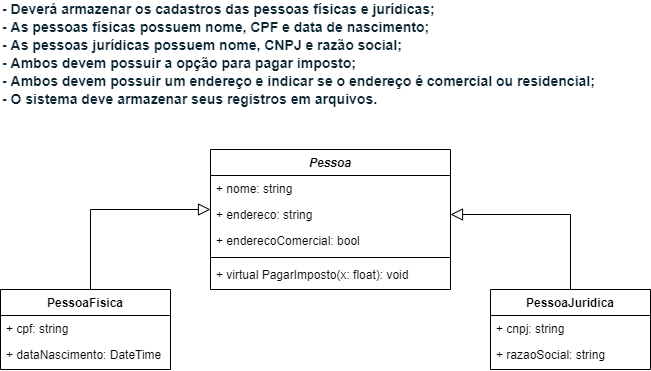
v5mvidal/senai keeps this draw.io diagram as uc12/sa2/Diagrama de classes.drawio.png. Above is the earlier version. Source tidied: cells renumbered, new cells last; positions are measured from the earlier drawing's top-left corner, leaving out a move shared by most shapes.
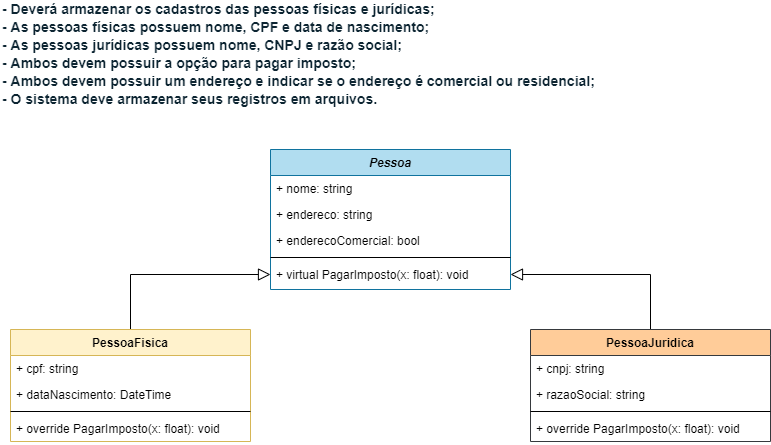
Above is the later version.

Commit message:
refactor: melhorias no diagrama de classes

Change to the diagram source:
```diff
@@ -2,8 +2,8 @@
   <root>
     <mxCell id="0" />
     <mxCell id="1" parent="0" />
-    <mxCell id="2" value="Pessoa" style="swimlane;fontStyle=3;align=center;verticalAlign=top;horizontal=1;startSize=26;rounded=0;shadow=0;strokeWidth=1;" parent="1" vertex="1">
-      <mxGeometry x="210" y="140" width="240" height="140" as="geometry" />
+    <mxCell id="2" value="Pessoa" style="swimlane;fontStyle=3;align=center;verticalAlign=top;horizontal=1;startSize=26;rounded=0;shadow=0;strokeWidth=1;fillColor=#b1ddf0;strokeColor=#10739e;" parent="1" vertex="1">
+      <mxGeometry x="270" y="140" width="240" height="140" as="geometry" />
     </mxCell>
     <mxCell id="3" value="+ nome: string" style="text;align=left;verticalAlign=top;spacingLeft=4;spacingRight=4;overflow=hidden;" parent="2" vertex="1">
       <mxGeometry y="26" width="240" height="26" as="geometry" />
@@ -20,41 +20,44 @@
     <mxCell id="7" value="+ virtual PagarImposto(x: float): void" style="text;align=left;verticalAlign=top;spacingLeft=4;spacingRight=4;overflow=hidden;points=[[0,0.5],[1,0.5]];portConstraint=eastwest;" parent="2" vertex="1">
       <mxGeometry y="112" width="240" height="26" as="geometry" />
     </mxCell>
+    <mxCell id="16" value="&lt;span style=&quot;box-sizing: border-box; font-weight: 700; color: rgb(13, 37, 50); font-family: &amp;quot;Open Sans Hebrew&amp;quot;, &amp;quot;Open Sans&amp;quot;, sans-serif; font-size: 14px; background-color: rgb(255, 255, 255);&quot;&gt;- Deverá armazenar os cadastros das pessoas físicas e jurídicas;&lt;/span&gt;&lt;br style=&quot;box-sizing: border-box; color: rgb(13, 37, 50); font-family: &amp;quot;Open Sans Hebrew&amp;quot;, &amp;quot;Open Sans&amp;quot;, sans-serif; font-size: 14px; background-color: rgb(255, 255, 255);&quot;&gt;&lt;span style=&quot;box-sizing: border-box; font-weight: 700; color: rgb(13, 37, 50); font-family: &amp;quot;Open Sans Hebrew&amp;quot;, &amp;quot;Open Sans&amp;quot;, sans-serif; font-size: 14px; background-color: rgb(255, 255, 255);&quot;&gt;- As pessoas físicas possuem nome, CPF e data de nascimento; &amp;nbsp;&lt;/span&gt;&lt;br style=&quot;box-sizing: border-box; color: rgb(13, 37, 50); font-family: &amp;quot;Open Sans Hebrew&amp;quot;, &amp;quot;Open Sans&amp;quot;, sans-serif; font-size: 14px; background-color: rgb(255, 255, 255);&quot;&gt;&lt;span style=&quot;box-sizing: border-box; font-weight: 700; color: rgb(13, 37, 50); font-family: &amp;quot;Open Sans Hebrew&amp;quot;, &amp;quot;Open Sans&amp;quot;, sans-serif; font-size: 14px; background-color: rgb(255, 255, 255);&quot;&gt;- As pessoas jurídicas possuem nome, CNPJ e razão social; &amp;nbsp;&amp;nbsp;&amp;nbsp;&amp;nbsp;&amp;nbsp;&amp;nbsp;&amp;nbsp;&amp;nbsp;&lt;/span&gt;&lt;br style=&quot;box-sizing: border-box; color: rgb(13, 37, 50); font-family: &amp;quot;Open Sans Hebrew&amp;quot;, &amp;quot;Open Sans&amp;quot;, sans-serif; font-size: 14px; background-color: rgb(255, 255, 255);&quot;&gt;&lt;span style=&quot;box-sizing: border-box; font-weight: 700; color: rgb(13, 37, 50); font-family: &amp;quot;Open Sans Hebrew&amp;quot;, &amp;quot;Open Sans&amp;quot;, sans-serif; font-size: 14px; background-color: rgb(255, 255, 255);&quot;&gt;- Ambos devem possuir a opção para pagar imposto;&lt;/span&gt;&lt;br style=&quot;box-sizing: border-box; color: rgb(13, 37, 50); font-family: &amp;quot;Open Sans Hebrew&amp;quot;, &amp;quot;Open Sans&amp;quot;, sans-serif; font-size: 14px; background-color: rgb(255, 255, 255);&quot;&gt;&lt;span style=&quot;box-sizing: border-box; font-weight: 700; color: rgb(13, 37, 50); font-family: &amp;quot;Open Sans Hebrew&amp;quot;, &amp;quot;Open Sans&amp;quot;, sans-serif; font-size: 14px; background-color: rgb(255, 255, 255);&quot;&gt;- Ambos devem possuir um endereço e indicar se o endereço é comercial ou residencial; &amp;nbsp;&lt;/span&gt;&lt;br style=&quot;box-sizing: border-box; color: rgb(13, 37, 50); font-family: &amp;quot;Open Sans Hebrew&amp;quot;, &amp;quot;Open Sans&amp;quot;, sans-serif; font-size: 14px; background-color: rgb(255, 255, 255);&quot;&gt;&lt;span style=&quot;box-sizing: border-box; font-weight: 700; color: rgb(13, 37, 50); font-family: &amp;quot;Open Sans Hebrew&amp;quot;, &amp;quot;Open Sans&amp;quot;, sans-serif; font-size: 14px; background-color: rgb(255, 255, 255);&quot;&gt;- O sistema deve armazenar seus registros em arquivos.&lt;/span&gt;" style="text;html=1;align=left;verticalAlign=middle;strokeColor=none;fillColor=none;" parent="1" vertex="1">
+      <mxGeometry width="620" height="90" as="geometry" />
+    </mxCell>
+    <mxCell id="17" style="edgeStyle=orthogonalEdgeStyle;rounded=0;jettySize=auto;html=1;exitX=0.5;exitY=0;exitDx=0;exitDy=0;entryX=0;entryY=0.5;entryDx=0;entryDy=0;endArrow=block;endFill=0;endSize=10;" parent="1" edge="1" source="8" target="7">
+      <mxGeometry relative="1" as="geometry" />
+    </mxCell>
-    <mxCell id="8" value="PessoaFisica" style="swimlane;fontStyle=1;align=center;verticalAlign=top;horizontal=1;startSize=26;rounded=0;shadow=0;strokeWidth=1;" parent="1" vertex="1">
-      <mxGeometry y="280" width="170" height="80" as="geometry" />
+    <mxCell id="8" value="PessoaFisica" style="swimlane;fontStyle=1;align=center;verticalAlign=top;horizontal=1;startSize=26;fillColor=#fff2cc;strokeColor=#d6b656;" parent="1" vertex="1">
+      <mxGeometry x="10" y="320" width="240" height="112" as="geometry" />
     </mxCell>
-    <mxCell id="9" value="+ cpf: string" style="text;align=left;verticalAlign=top;spacingLeft=4;spacingRight=4;overflow=hidden;" parent="8" vertex="1">
-      <mxGeometry y="26" width="170" height="26" as="geometry" />
+    <mxCell id="9" value="+ cpf: string" style="text;strokeColor=none;fillColor=none;align=left;verticalAlign=top;spacingLeft=4;spacingRight=4;overflow=hidden;" parent="8" vertex="1">
+      <mxGeometry y="26" width="240" height="26" as="geometry" />
     </mxCell>
-    <mxCell id="10" value="+ dataNascimento: DateTime&#10;" style="text;align=left;verticalAlign=top;spacingLeft=4;spacingRight=4;overflow=hidden;rounded=0;shadow=0;html=0;" parent="8" vertex="1">
-      <mxGeometry y="52" width="170" height="26" as="geometry" />
+    <mxCell id="10" value="+ dataNascimento: DateTime" style="text;strokeColor=none;fillColor=none;align=left;verticalAlign=top;spacingLeft=4;spacingRight=4;overflow=hidden;" parent="8" vertex="1">
+      <mxGeometry y="52" width="240" height="26" as="geometry" />
     </mxCell>
-    <mxCell id="11" style="endArrow=block;endSize=10;endFill=0;shadow=0;strokeWidth=1;rounded=0;edgeStyle=elbowEdgeStyle;elbow=vertical;" parent="1" edge="1" source="8" target="2">
-      <mxGeometry relative="1" as="geometry">
-        <Array as="points">
-          <mxPoint x="90" y="200" />
-          <mxPoint x="150" y="210" />
-          <mxPoint x="90" y="200" />
-          <mxPoint x="90" y="210" />
-          <mxPoint x="180" y="180" />
-          <mxPoint x="170" y="230" />
-        </Array>
-      </mxGeometry>
-    </mxCell>
-    <mxCell id="12" style="edgeStyle=orthogonalEdgeStyle;rounded=0;jettySize=auto;html=1;entryX=1;entryY=0.5;entryDx=0;entryDy=0;endArrow=block;endFill=0;endSize=10;" parent="1" edge="1" source="13" target="4">
-      <mxGeometry relative="1" as="geometry" />
-    </mxCell>
+    <mxCell id="18" style="line;strokeWidth=1;fillColor=none;align=left;verticalAlign=middle;spacingTop=-1;spacingLeft=3;spacingRight=3;labelPosition=right;" parent="8" vertex="1">
+      <mxGeometry y="78" width="240" height="8" as="geometry" />
+    </mxCell>
+    <mxCell id="19" value="+ override PagarImposto(x: float): void" style="text;strokeColor=none;fillColor=none;align=left;verticalAlign=top;spacingLeft=4;spacingRight=4;overflow=hidden;" parent="8" vertex="1">
+      <mxGeometry y="86" width="240" height="26" as="geometry" />
+    </mxCell>
+    <mxCell id="20" style="edgeStyle=orthogonalEdgeStyle;rounded=0;jettySize=auto;html=1;exitX=0.5;exitY=0;exitDx=0;exitDy=0;entryX=1;entryY=0.5;entryDx=0;entryDy=0;endArrow=block;endFill=0;endSize=10;" parent="1" edge="1" source="13" target="7">
+      <mxGeometry relative="1" as="geometry" />
+    </mxCell>
-    <mxCell id="13" value="PessoaJuridica" style="swimlane;fontStyle=1;align=center;verticalAlign=top;horizontal=1;startSize=26;rounded=0;shadow=0;strokeWidth=1;" parent="1" vertex="1">
-      <mxGeometry x="490" y="280" width="160" height="80" as="geometry" />
+    <mxCell id="13" value="PessoaJuridica" style="swimlane;fontStyle=1;align=center;verticalAlign=top;horizontal=1;startSize=26;fillColor=#ffcc99;strokeColor=#36393d;" parent="1" vertex="1">
+      <mxGeometry x="530" y="320" width="240" height="112" as="geometry" />
     </mxCell>
-    <mxCell id="14" value="+ cnpj: string" style="text;align=left;verticalAlign=top;spacingLeft=4;spacingRight=4;overflow=hidden;" parent="13" vertex="1">
-      <mxGeometry y="26" width="160" height="26" as="geometry" />
+    <mxCell id="14" value="+ cnpj: string" style="text;strokeColor=none;fillColor=none;align=left;verticalAlign=top;spacingLeft=4;spacingRight=4;overflow=hidden;" parent="13" vertex="1">
+      <mxGeometry y="26" width="240" height="26" as="geometry" />
     </mxCell>
-    <mxCell id="15" value="+ razaoSocial: string" style="text;align=left;verticalAlign=top;spacingLeft=4;spacingRight=4;overflow=hidden;rounded=0;shadow=0;html=0;" parent="13" vertex="1">
-      <mxGeometry y="52" width="160" height="26" as="geometry" />
+    <mxCell id="15" value="+ razaoSocial: string" style="text;strokeColor=none;fillColor=none;align=left;verticalAlign=top;spacingLeft=4;spacingRight=4;overflow=hidden;" parent="13" vertex="1">
+      <mxGeometry y="52" width="240" height="26" as="geometry" />
     </mxCell>
-    <mxCell id="16" value="&lt;span style=&quot;box-sizing: border-box; font-weight: 700; color: rgb(13, 37, 50); font-family: &amp;quot;Open Sans Hebrew&amp;quot;, &amp;quot;Open Sans&amp;quot;, sans-serif; font-size: 14px; background-color: rgb(255, 255, 255);&quot;&gt;- Deverá armazenar os cadastros das pessoas físicas e jurídicas;&lt;/span&gt;&lt;br style=&quot;box-sizing: border-box; color: rgb(13, 37, 50); font-family: &amp;quot;Open Sans Hebrew&amp;quot;, &amp;quot;Open Sans&amp;quot;, sans-serif; font-size: 14px; background-color: rgb(255, 255, 255);&quot;&gt;&lt;span style=&quot;box-sizing: border-box; font-weight: 700; color: rgb(13, 37, 50); font-family: &amp;quot;Open Sans Hebrew&amp;quot;, &amp;quot;Open Sans&amp;quot;, sans-serif; font-size: 14px; background-color: rgb(255, 255, 255);&quot;&gt;- As pessoas físicas possuem nome, CPF e data de nascimento; &amp;nbsp;&lt;/span&gt;&lt;br style=&quot;box-sizing: border-box; color: rgb(13, 37, 50); font-family: &amp;quot;Open Sans Hebrew&amp;quot;, &amp;quot;Open Sans&amp;quot;, sans-serif; font-size: 14px; background-color: rgb(255, 255, 255);&quot;&gt;&lt;span style=&quot;box-sizing: border-box; font-weight: 700; color: rgb(13, 37, 50); font-family: &amp;quot;Open Sans Hebrew&amp;quot;, &amp;quot;Open Sans&amp;quot;, sans-serif; font-size: 14px; background-color: rgb(255, 255, 255);&quot;&gt;- As pessoas jurídicas possuem nome, CNPJ e razão social; &amp;nbsp;&amp;nbsp;&amp;nbsp;&amp;nbsp;&amp;nbsp;&amp;nbsp;&amp;nbsp;&amp;nbsp;&lt;/span&gt;&lt;br style=&quot;box-sizing: border-box; color: rgb(13, 37, 50); font-family: &amp;quot;Open Sans Hebrew&amp;quot;, &amp;quot;Open Sans&amp;quot;, sans-serif; font-size: 14px; background-color: rgb(255, 255, 255);&quot;&gt;&lt;span style=&quot;box-sizing: border-box; font-weight: 700; color: rgb(13, 37, 50); font-family: &amp;quot;Open Sans Hebrew&amp;quot;, &amp;quot;Open Sans&amp;quot;, sans-serif; font-size: 14px; background-color: rgb(255, 255, 255);&quot;&gt;- Ambos devem possuir a opção para pagar imposto;&lt;/span&gt;&lt;br style=&quot;box-sizing: border-box; color: rgb(13, 37, 50); font-family: &amp;quot;Open Sans Hebrew&amp;quot;, &amp;quot;Open Sans&amp;quot;, sans-serif; font-size: 14px; background-color: rgb(255, 255, 255);&quot;&gt;&lt;span style=&quot;box-sizing: border-box; font-weight: 700; color: rgb(13, 37, 50); font-family: &amp;quot;Open Sans Hebrew&amp;quot;, &amp;quot;Open Sans&amp;quot;, sans-serif; font-size: 14px; background-color: rgb(255, 255, 255);&quot;&gt;- Ambos devem possuir um endereço e indicar se o endereço é comercial ou residencial; &amp;nbsp;&lt;/span&gt;&lt;br style=&quot;box-sizing: border-box; color: rgb(13, 37, 50); font-family: &amp;quot;Open Sans Hebrew&amp;quot;, &amp;quot;Open Sans&amp;quot;, sans-serif; font-size: 14px; background-color: rgb(255, 255, 255);&quot;&gt;&lt;span style=&quot;box-sizing: border-box; font-weight: 700; color: rgb(13, 37, 50); font-family: &amp;quot;Open Sans Hebrew&amp;quot;, &amp;quot;Open Sans&amp;quot;, sans-serif; font-size: 14px; background-color: rgb(255, 255, 255);&quot;&gt;- O sistema deve armazenar seus registros em arquivos.&lt;/span&gt;" style="text;html=1;align=left;verticalAlign=middle;strokeColor=none;fillColor=none;" parent="1" vertex="1">
-      <mxGeometry width="620" height="90" as="geometry" />
-    </mxCell>
+    <mxCell id="21" style="line;strokeWidth=1;fillColor=none;align=left;verticalAlign=middle;spacingTop=-1;spacingLeft=3;spacingRight=3;labelPosition=right;" parent="13" vertex="1">
+      <mxGeometry y="78" width="240" height="8" as="geometry" />
+    </mxCell>
+    <mxCell id="22" value="+ override PagarImposto(x: float): void" style="text;strokeColor=none;fillColor=none;align=left;verticalAlign=top;spacingLeft=4;spacingRight=4;overflow=hidden;" parent="13" vertex="1">
+      <mxGeometry y="86" width="240" height="26" as="geometry" />
+    </mxCell>
   </root>
 </mxGraphModel>
```
